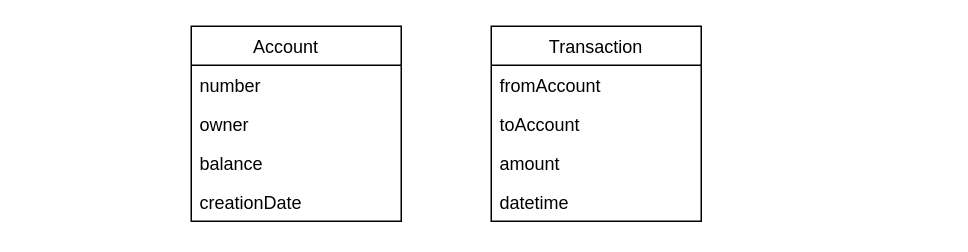
homedirectory/semantic-analysis keeps this draw.io diagram as report/images/banking2.drawio. Above is the earlier version. Source tidied: cells renumbered, new cells numbered last; positions are measured from the earlier drawing's top-left corner, leaving out a move shared by most shapes. Both pictures are drawn from the tidied source at 150%, with x=0, y=0 at pixel (190, 26).
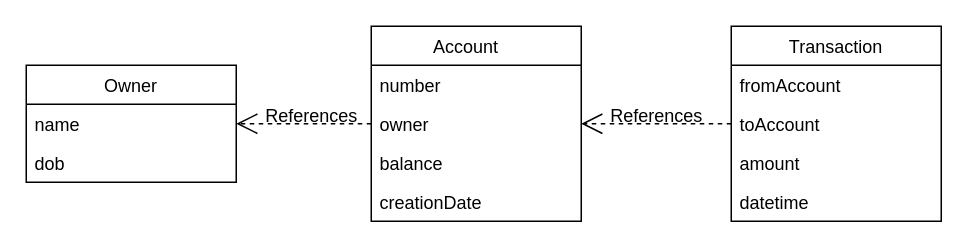
The same diagram, later.

Diff of the diagram source:
```diff
@@
 <mxGraphModel>
   <root>
     <mxCell id="0" />
     <mxCell id="1" parent="0" />
     <mxCell id="2" value="Account    " style="swimlane;fontStyle=0;horizontal=1;startSize=26;fillColor=none;" parent="1" vertex="1">
-      <mxGeometry width="140" height="130" as="geometry" />
+      <mxGeometry x="120" width="140" height="130" as="geometry" />
     </mxCell>
     <mxCell id="3" value="number" style="text;strokeColor=none;fillColor=none;align=left;verticalAlign=top;spacingLeft=4;spacingRight=4;overflow=hidden;" parent="2" vertex="1">
       <mxGeometry y="26" width="140" height="26" as="geometry" />
     </mxCell>
     <mxCell id="4" value="owner" style="text;strokeColor=none;fillColor=none;align=left;verticalAlign=top;spacingLeft=4;spacingRight=4;overflow=hidden;points=[[0,0.5],[1,0.5]];portConstraint=eastwest;" parent="2" vertex="1">
       <mxGeometry y="52" width="140" height="26" as="geometry" />
     </mxCell>
     <mxCell id="5" value="balance" style="text;strokeColor=none;fillColor=none;align=left;verticalAlign=top;spacingLeft=4;spacingRight=4;overflow=hidden;" parent="2" vertex="1">
       <mxGeometry y="78" width="140" height="26" as="geometry" />
     </mxCell>
     <mxCell id="6" value="creationDate" style="text;strokeColor=none;fillColor=none;align=left;verticalAlign=top;spacingLeft=4;spacingRight=4;overflow=hidden;" parent="2" vertex="1">
       <mxGeometry y="104" width="140" height="26" as="geometry" />
     </mxCell>
     <mxCell id="7" value="Transaction" style="swimlane;fontStyle=0;horizontal=1;startSize=26;fillColor=none;" parent="1" vertex="1">
-      <mxGeometry x="200" width="140" height="130" as="geometry" />
+      <mxGeometry x="360" width="140" height="130" as="geometry" />
     </mxCell>
     <mxCell id="8" value="fromAccount" style="text;strokeColor=none;fillColor=none;align=left;verticalAlign=top;spacingLeft=4;spacingRight=4;overflow=hidden;" parent="7" vertex="1">
       <mxGeometry y="26" width="140" height="26" as="geometry" />
     </mxCell>
     <mxCell id="9" value="toAccount" style="text;strokeColor=none;fillColor=none;align=left;verticalAlign=top;spacingLeft=4;spacingRight=4;overflow=hidden;points=[[0,0.5],[1,0.5]];portConstraint=eastwest;" parent="7" vertex="1">
       <mxGeometry y="52" width="140" height="26" as="geometry" />
     </mxCell>
     <mxCell id="10" value="amount" style="text;strokeColor=none;fillColor=none;align=left;verticalAlign=top;spacingLeft=4;spacingRight=4;overflow=hidden;" parent="7" vertex="1">
       <mxGeometry y="78" width="140" height="26" as="geometry" />
     </mxCell>
     <mxCell id="11" value="datetime" style="text;strokeColor=none;fillColor=none;align=left;verticalAlign=top;spacingLeft=4;spacingRight=4;overflow=hidden;" parent="7" vertex="1">
       <mxGeometry y="104" width="140" height="26" as="geometry" />
     </mxCell>
+    <mxCell id="12" value="References" style="endArrow=open;endSize=12;dashed=1;html=1;rounded=0;entryX=1;entryY=0.5;entryDx=0;entryDy=0;exitX=0;exitY=0.5;exitDx=0;exitDy=0;fontSize=12;labelBackgroundColor=none;" parent="1" edge="1" source="9" target="4">
+      <mxGeometry y="-5" relative="1" as="geometry" />
+    </mxCell>
+    <mxCell id="13" value="Owner" style="swimlane;fontStyle=0;horizontal=1;startSize=26;fillColor=none;" parent="1" vertex="1">
+      <mxGeometry x="-110" y="26" width="140" height="78" as="geometry" />
+    </mxCell>
+    <mxCell id="14" value="name" style="text;strokeColor=none;fillColor=none;align=left;verticalAlign=top;spacingLeft=4;spacingRight=4;overflow=hidden;points=[[0,0.5],[1,0.5]];portConstraint=eastwest;" parent="13" vertex="1">
+      <mxGeometry y="26" width="140" height="26" as="geometry" />
+    </mxCell>
+    <mxCell id="15" value="dob" style="text;strokeColor=none;fillColor=none;align=left;verticalAlign=top;spacingLeft=4;spacingRight=4;overflow=hidden;" parent="13" vertex="1">
+      <mxGeometry y="52" width="140" height="26" as="geometry" />
+    </mxCell>
+    <mxCell id="16" value="References" style="endArrow=open;endSize=12;dashed=1;html=1;rounded=0;exitX=0;exitY=0.5;exitDx=0;exitDy=0;fontSize=12;labelBackgroundColor=none;entryX=1;entryY=0.5;entryDx=0;entryDy=0;" parent="1" edge="1" source="4" target="14">
+      <mxGeometry x="-0.11" y="-5" relative="1" as="geometry" />
+    </mxCell>
   </root>
 </mxGraphModel>
```
